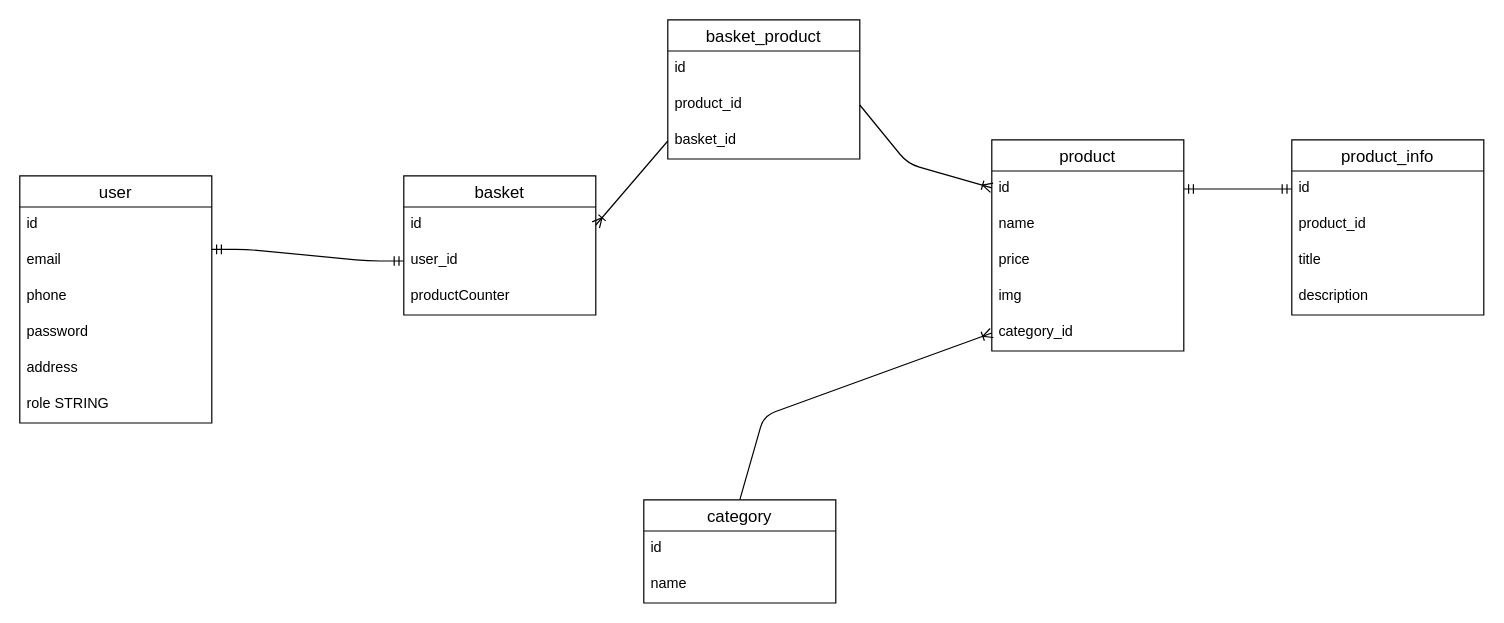
K1rush4/mystery-food-box keeps this draw.io diagram as DB_diagram_draw-io/mistry-food-box-DB.drawio. Above is the earlier version. Source tidied: cells renumbered, new cells numbered last; positions are measured from the earlier drawing's top-left corner, leaving out a move shared by most shapes. Both pictures are drawn from the tidied source at 120%, with x=0, y=0 at pixel (19, 19).
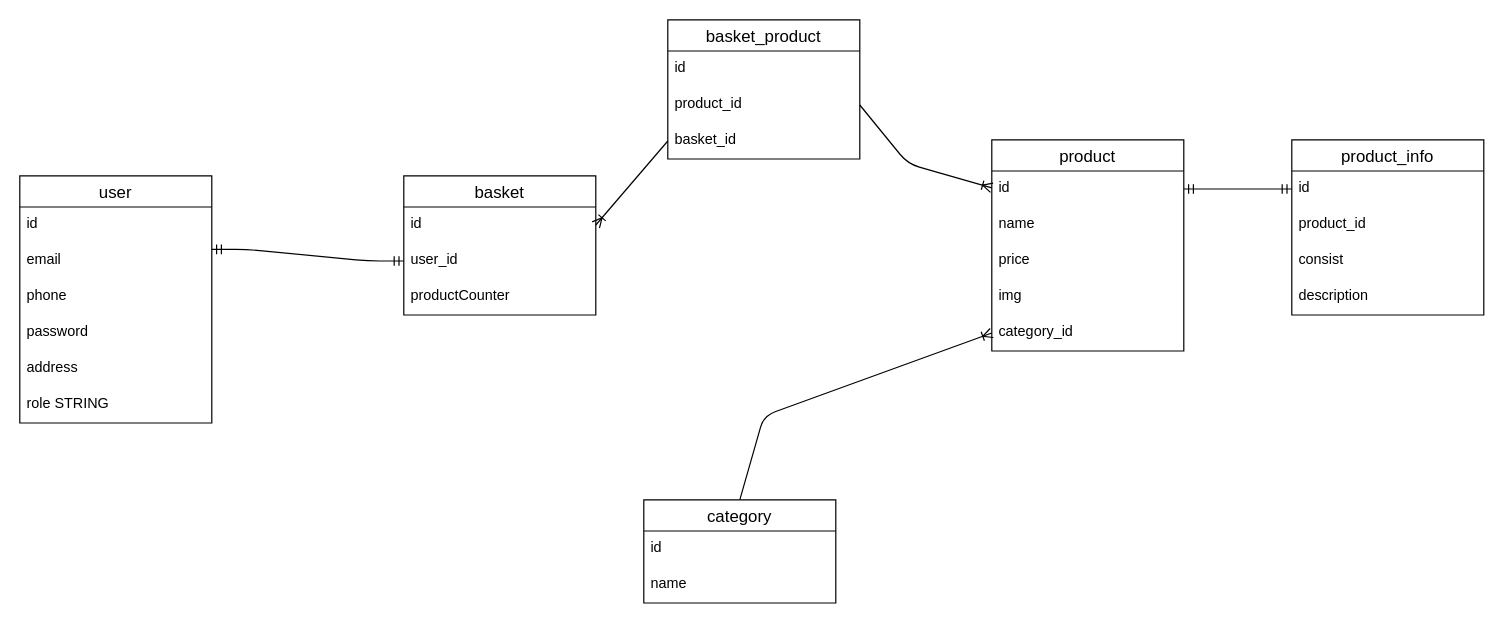
After the change.

The change refers to these unchanged cells:
```xml
<mxCell id="24" value="product_info" style="swimlane;fontStyle=0;horizontal=1;startSize=26;align=center;fontSize=14;" parent="1" vertex="1">
  <mxGeometry x="1060" y="100" width="160" height="146" as="geometry" />
</mxCell>
```

What changed in the source:
```diff
@@
-    <mxCell id="27" value="title" style="text;strokeColor=none;fillColor=none;spacingLeft=4;spacingRight=4;overflow=hidden;fontSize=12;" parent="24" vertex="1">
+    <mxCell id="27" value="consist" style="text;strokeColor=none;fillColor=none;spacingLeft=4;spacingRight=4;overflow=hidden;fontSize=12;" parent="24" vertex="1">
       <mxGeometry y="86" width="160" height="30" as="geometry" />
     </mxCell>
```
